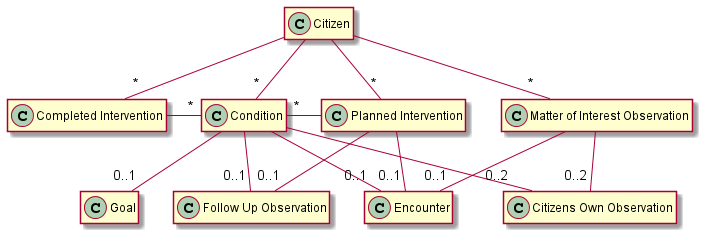
Above: input/images/GatewayModel.png in hl7dk/kl-gateway (PlantUML), before the change.
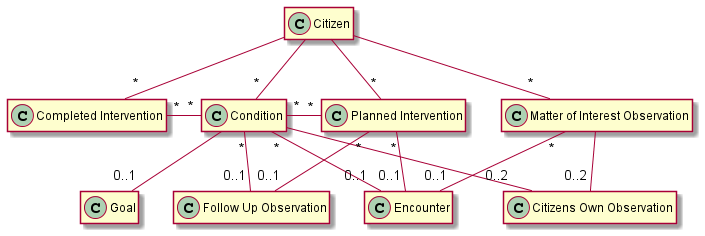
Above is the later version.

What changed in the source:
```diff
@@ -1,38 +1,37 @@
 @startuml GatewayModel
 
-hide empty members
+    hide empty members
 
-class "Citizen" as citizen
-class "Completed Intervention" as completedIntervention
-class "Condition" as condition
-class "Planned Intervention" as carePlannedIntervention
-class "Goal" as goal
-class "Citizens Own Observation" as citizensOwnObservation
-class "Encounter" as encounter
-class "Follow Up Observation" as careFollowUpObservation
-class "Matter of Interest Observation" as matterOfInterestObservation
+    class "Citizen" as citizen
+    class "Completed Intervention" as completedIntervention
+    class "Condition" as condition
+    class "Planned Intervention" as carePlannedIntervention
+    class "Goal" as goal
+    class "Citizens Own Observation" as citizensOwnObservation
+    class "Encounter" as encounter
+    class "Follow Up Observation" as careFollowUpObservation
+    class "Matter of Interest Observation" as matterOfInterestObservation
 
-citizen --"*" condition
-citizen --"*" matterOfInterestObservation
-citizen --"*" carePlannedIntervention
-citizen --"*" completedIntervention
+    citizen --"*" condition
+    citizen --"*" matterOfInterestObservation
+    citizen --"*" carePlannedIntervention
+    citizen --"*" completedIntervention
 
-condition --"0..1" goal
-condition --"0..2" citizensOwnObservation
+    condition --"0..1" goal
+    condition --"0..2" citizensOwnObservation
 
-matterOfInterestObservation --"0..2" citizensOwnObservation
+    matterOfInterestObservation --"0..2" citizensOwnObservation
 
-condition --"0..1" encounter
+    condition "*"--"0..1" encounter
 
-completedIntervention -"*" condition
-condition "*"- carePlannedIntervention
+    completedIntervention "*"-"*" condition
+    condition "*"-"*" carePlannedIntervention
 
-carePlannedIntervention -"0..1" encounter
+    carePlannedIntervention "*"-"0..1" encounter
 
+    matterOfInterestObservation "*"--"0..1" encounter
 
-matterOfInterestObservation --"0..1" encounter
+    carePlannedIntervention "*"--"0..1" careFollowUpObservation
+    condition "*"--"0..1" careFollowUpObservation
 
-carePlannedIntervention --"0..1" careFollowUpObservation
-condition --"0..1" careFollowUpObservation
-
-@enduml
+    @enduml
```
